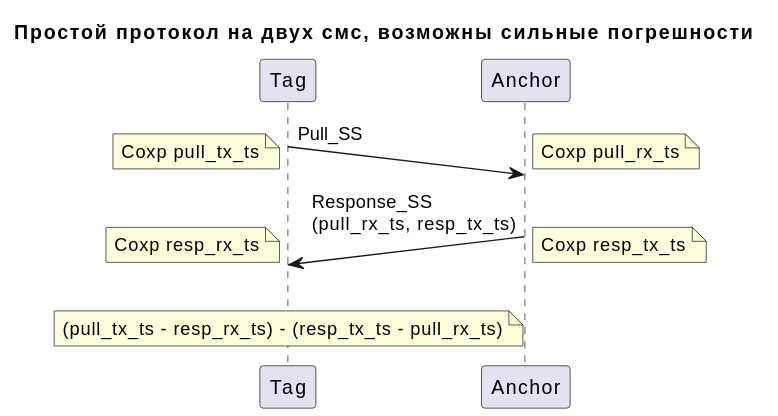
John-ik/NodeMCU_BU01_DW1000 keeps this PlantUML diagram as docs/diagram/out/dist_2sms_one.svg. Above is the earlier version. Its diagram source:
```plantuml
@startuml
title Простой протокол на двух смс, возможны сильные погрешности

Tag ->(20) Anchor : Pull_SS
note left
    Сохр pull_tx_ts
end note
note right
    Сохр pull_rx_ts
end note

Anchor ->(20) Tag : Response_SS\n(pull_rx_ts, resp_tx_ts)
note left
    Сохр resp_rx_ts
end note
note right
    Сохр resp_tx_ts
end note
note over Tag
    (pull_tx_ts - resp_rx_ts) - (resp_tx_ts - pull_rx_ts)
end note
@enduml
```
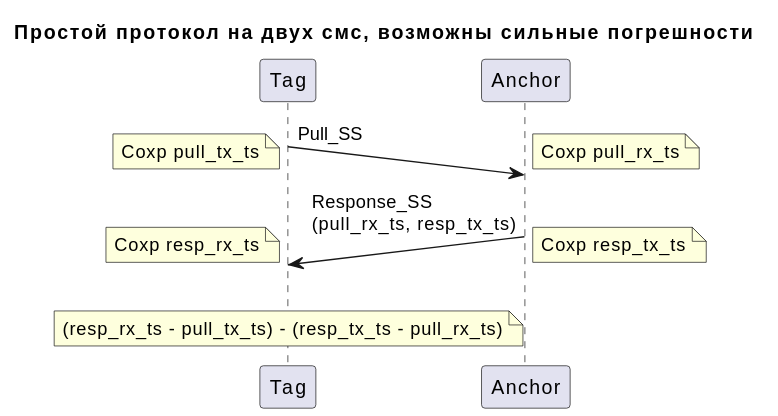
The same diagram one commit later.

Commit message:
fix диграмму 2-смс

The edit, as a diff of the source:
```diff
@@ -17,6 +17,6 @@
     Сохр resp_tx_ts
 end note
 note over Tag
-    (pull_tx_ts - resp_rx_ts) - (resp_tx_ts - pull_rx_ts)
+    (resp_rx_ts - pull_tx_ts) - (resp_tx_ts - pull_rx_ts)
 end note
 @enduml
```
